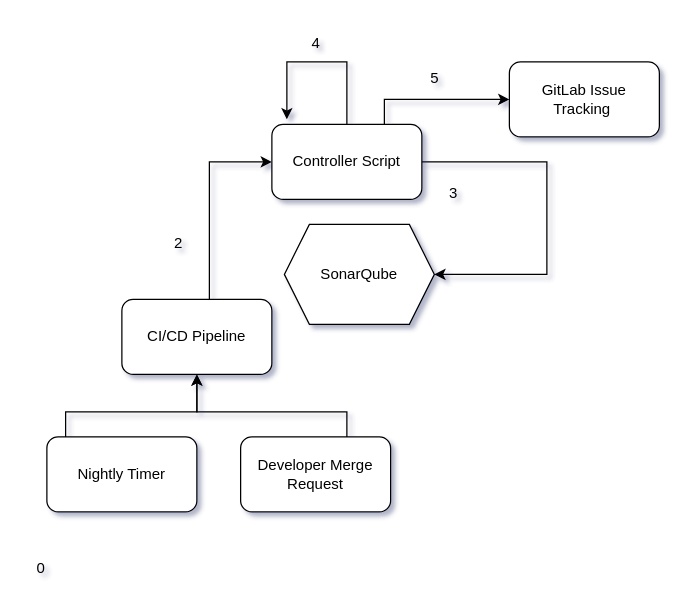
Before: OrgXConfigDiagram.drawio in zwadhams/SonarQubeJunk, a draw.io diagram. Source tidied: cells renumbered, new cells numbered last; positions are measured from the earlier drawing's top-left corner, leaving out a move shared by most shapes. Both pictures are drawn from the tidied source at 125%, with x=0, y=0 at pixel (21, 24).
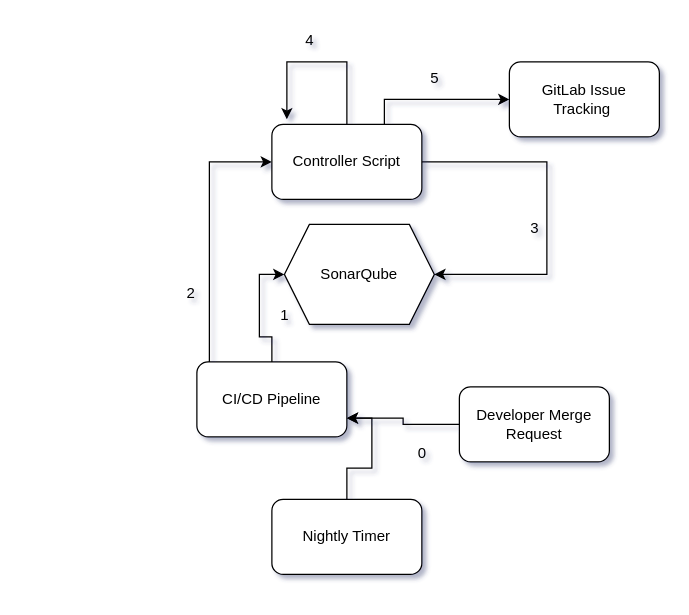
The same diagram, later.

The change refers to these unchanged cells:
```xml
<mxCell id="2" value="SonarQube" style="shape=hexagon;perimeter=hexagonPerimeter2;whiteSpace=wrap;html=1;fixedSize=1;" parent="1" vertex="1">
  <mxGeometry x="210" y="160" width="120" height="80" as="geometry" />
</mxCell>
```

The edit, as a diff of the source:
```diff
@@
+    <mxCell id="19" style="edgeStyle=orthogonalEdgeStyle;rounded=0;jettySize=auto;html=1;entryX=0;entryY=0.5;entryDx=0;entryDy=0;" parent="1" edge="1" source="7" target="2">
+      <mxGeometry relative="1" as="geometry" />
+    </mxCell>
     <mxCell id="7" value="CI/CD Pipeline" style="rounded=1;whiteSpace=wrap;html=1;" parent="1" vertex="1">
-      <mxGeometry x="80" y="220" width="120" height="60" as="geometry" />
+      <mxGeometry x="140" y="270" width="120" height="60" as="geometry" />
     </mxCell>
-    <mxCell id="8" value="2" style="text;html=1;align=center;verticalAlign=middle;strokeColor=none;fillColor=none;" parent="1" vertex="1">
-      <mxGeometry x="110" y="160" width="30" height="30" as="geometry" />
-    </mxCell>
-    <mxCell id="9" value="3" style="text;html=1;align=center;verticalAlign=middle;strokeColor=none;fillColor=none;" parent="1" vertex="1">
-      <mxGeometry x="330" y="120" width="30" height="30" as="geometry" />
-    </mxCell>
@@
-    <mxCell id="11" value="4" style="text;html=1;align=center;verticalAlign=middle;strokeColor=none;fillColor=none;" parent="1" vertex="1">
-      <mxGeometry x="220" width="30" height="30" as="geometry" />
-    </mxCell>
@@
-    <mxCell id="13" value="5" style="text;html=1;align=center;verticalAlign=middle;strokeColor=none;fillColor=none;" parent="1" vertex="1">
-      <mxGeometry x="315" y="28" width="30" height="30" as="geometry" />
-    </mxCell>
-    <mxCell id="14" style="edgeStyle=orthogonalEdgeStyle;rounded=0;jettySize=auto;html=1;entryX=0.5;entryY=1;entryDx=0;entryDy=0;" parent="1" edge="1" source="15" target="7">
-      <mxGeometry relative="1" as="geometry">
-        <Array as="points">
-          <mxPoint x="35" y="310" />
-          <mxPoint x="140" y="310" />
-        </Array>
-      </mxGeometry>
+    <mxCell id="14" style="edgeStyle=orthogonalEdgeStyle;rounded=0;jettySize=auto;html=1;entryX=1;entryY=0.75;entryDx=0;entryDy=0;" parent="1" edge="1" source="15" target="7">
+      <mxGeometry relative="1" as="geometry" />
     </mxCell>
     <mxCell id="15" value="Nightly Timer" style="rounded=1;whiteSpace=wrap;html=1;" parent="1" vertex="1">
-      <mxGeometry x="20" y="330" width="120" height="60" as="geometry" />
+      <mxGeometry x="200" y="380" width="120" height="60" as="geometry" />
     </mxCell>
-    <mxCell id="16" style="edgeStyle=orthogonalEdgeStyle;rounded=0;jettySize=auto;html=1;entryX=0.5;entryY=1;entryDx=0;entryDy=0;" parent="1" edge="1" source="17" target="7">
-      <mxGeometry relative="1" as="geometry">
-        <Array as="points">
-          <mxPoint x="260" y="310" />
-          <mxPoint x="140" y="310" />
-        </Array>
-      </mxGeometry>
+    <mxCell id="16" style="edgeStyle=orthogonalEdgeStyle;rounded=0;jettySize=auto;html=1;entryX=1;entryY=0.75;entryDx=0;entryDy=0;" parent="1" edge="1" source="17" target="7">
+      <mxGeometry relative="1" as="geometry" />
     </mxCell>
     <mxCell id="17" value="Developer Merge Request" style="rounded=1;whiteSpace=wrap;html=1;" parent="1" vertex="1">
-      <mxGeometry x="175" y="330" width="120" height="60" as="geometry" />
+      <mxGeometry x="350" y="290" width="120" height="60" as="geometry" />
     </mxCell>
     <mxCell id="18" value="0" style="text;html=1;align=center;verticalAlign=middle;strokeColor=none;fillColor=none;" parent="1" vertex="1">
-      <mxGeometry y="420" width="30" height="30" as="geometry" />
+      <mxGeometry x="305" y="328" width="30" height="30" as="geometry" />
     </mxCell>
+    <mxCell id="8" value="2" style="text;html=1;align=center;verticalAlign=middle;strokeColor=none;fillColor=none;" parent="1" vertex="1">
+      <mxGeometry x="120" y="200" width="30" height="30" as="geometry" />
+    </mxCell>
+    <mxCell id="20" value="1" style="text;html=1;align=center;verticalAlign=middle;strokeColor=none;fillColor=none;" parent="1" vertex="1">
+      <mxGeometry x="195" y="218" width="30" height="30" as="geometry" />
+    </mxCell>
+    <mxCell id="9" value="3" style="text;html=1;align=center;verticalAlign=middle;strokeColor=none;fillColor=none;" parent="1" vertex="1">
+      <mxGeometry x="395" y="148" width="30" height="30" as="geometry" />
+    </mxCell>
+    <mxCell id="11" value="4" style="text;html=1;align=center;verticalAlign=middle;strokeColor=none;fillColor=none;" parent="1" vertex="1">
+      <mxGeometry x="215" y="-2" width="30" height="30" as="geometry" />
+    </mxCell>
+    <mxCell id="13" value="5" style="text;html=1;align=center;verticalAlign=middle;strokeColor=none;fillColor=none;" parent="1" vertex="1">
+      <mxGeometry x="315" y="28" width="30" height="30" as="geometry" />
+    </mxCell>
```
